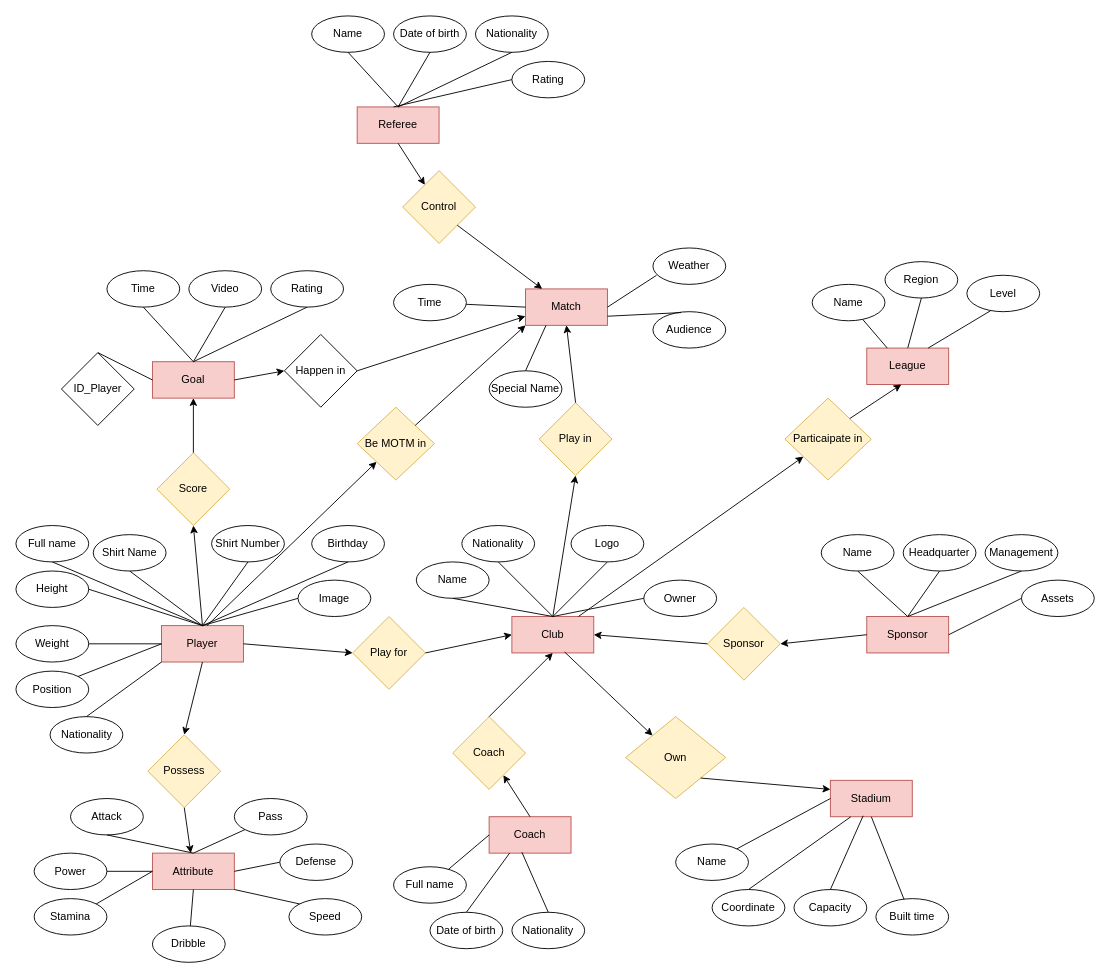
sporrrtik/DataBases_22-23 keeps this draw.io diagram as P33201/s291193/Lab3/ER_Diagram.drawio. Above is the earlier version. Source tidied: cells renumbered, new cells numbered last; positions are measured from the earlier drawing's top-left corner, leaving out a move shared by most shapes. Both pictures are drawn from the tidied source at 91%, with x=0, y=0 at pixel (15, 15).
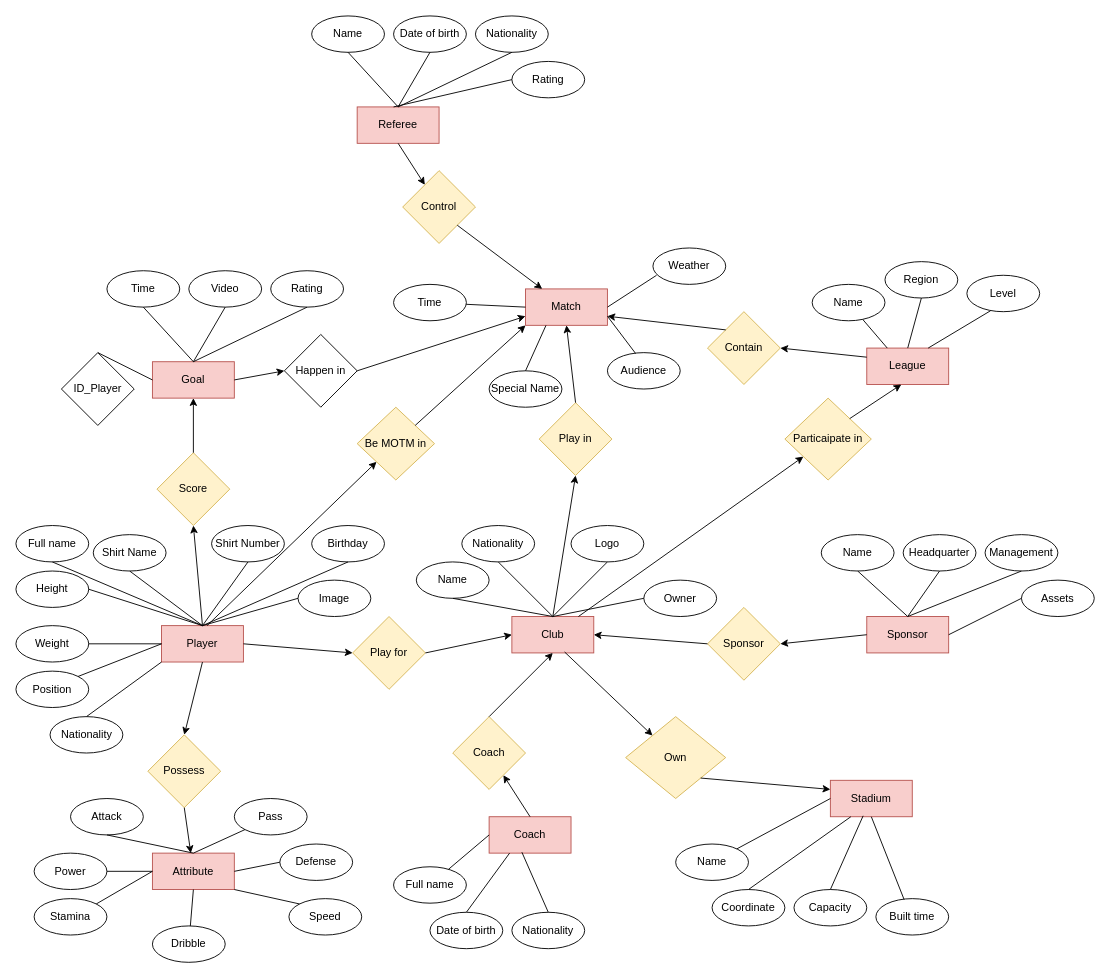
After the change.

Unchanged cells that the change refers to:
```xml
<mxCell id="33" value="League" style="rounded=0;whiteSpace=wrap;html=1;fillColor=#f8cecc;strokeColor=#b85450;" parent="1" vertex="1">
  <mxGeometry x="935" y="365" width="90" height="40" as="geometry" />
</mxCell>
<mxCell id="40" value="Match" style="rounded=0;whiteSpace=wrap;html=1;fillColor=#f8cecc;strokeColor=#b85450;" parent="1" vertex="1">
  <mxGeometry x="560" y="300" width="90" height="40" as="geometry" />
</mxCell>
```

Diff of the diagram source:
```diff
@@
     <mxCell id="45" value="Audience" style="ellipse;whiteSpace=wrap;html=1;" parent="1" vertex="1">
-      <mxGeometry x="700" y="325" width="80" height="40" as="geometry" />
+      <mxGeometry x="650" y="370" width="80" height="40" as="geometry" />
     </mxCell>
@@
+    <mxCell id="137" value="Contain" style="rhombus;whiteSpace=wrap;html=1;fillColor=#fff2cc;strokeColor=#d6b656;" parent="1" vertex="1">
+      <mxGeometry x="760" y="325" width="80" height="80" as="geometry" />
+    </mxCell>
+    <mxCell id="138" style="endArrow=classic;html=1;rounded=0;exitX=0;exitY=0;exitDx=0;exitDy=0;entryX=1;entryY=0.75;entryDx=0;entryDy=0;" parent="1" edge="1" source="137" target="40">
+      <mxGeometry relative="1" as="geometry" />
+    </mxCell>
+    <mxCell id="139" style="endArrow=classic;html=1;rounded=0;exitX=0;exitY=0.25;exitDx=0;exitDy=0;entryX=1;entryY=0.5;entryDx=0;entryDy=0;" parent="1" edge="1" source="33" target="137">
+      <mxGeometry relative="1" as="geometry" />
+    </mxCell>
```
